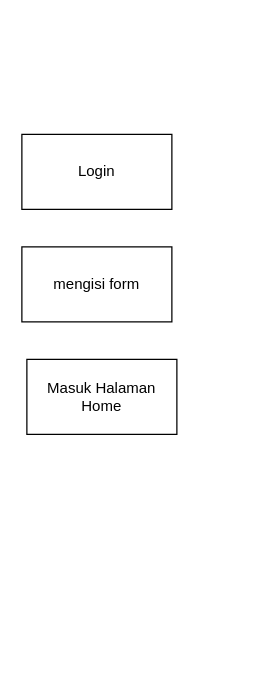
Above: page "Login" (2 of 6) of Untitled Diagram.drawio in fjar9/Spoon-Knife (draw.io), before the change. Source tidied: cells renumbered, new cells numbered last; positions are measured from the earlier drawing's top-left corner, leaving out a move shared by most shapes. Both pictures are drawn from the tidied source at 125%, with x=0, y=0 at pixel (21, 134).
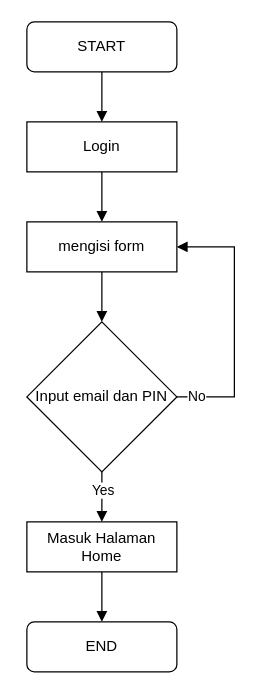
The same diagram, later.

The edit, as a diff of the source:
```diff
@@
 <mxGraphModel>
   <root>
     <mxCell id="0" />
     <mxCell id="1" parent="0" />
+    <mxCell id="5" style="edgeStyle=orthogonalEdgeStyle;rounded=0;jettySize=auto;html=1;exitX=0.5;exitY=1;exitDx=0;exitDy=0;entryX=0.5;entryY=0;entryDx=0;entryDy=0;endArrow=block;endFill=1;" parent="1" edge="1" source="2" target="3">
+      <mxGeometry relative="1" as="geometry" />
+    </mxCell>
     <mxCell id="2" value="Login" style="rounded=0;whiteSpace=wrap;html=1;" parent="1" vertex="1">
-      <mxGeometry width="120" height="60" as="geometry" />
+      <mxGeometry x="4" y="-10" width="120" height="40" as="geometry" />
     </mxCell>
+    <mxCell id="6" style="edgeStyle=orthogonalEdgeStyle;rounded=0;jettySize=auto;html=1;exitX=0.5;exitY=1;exitDx=0;exitDy=0;entryX=0.5;entryY=0;entryDx=0;entryDy=0;endArrow=block;endFill=1;" parent="1" edge="1" source="3" target="14">
+      <mxGeometry relative="1" as="geometry" />
+    </mxCell>
     <mxCell id="3" value="mengisi form" style="rounded=0;whiteSpace=wrap;html=1;" parent="1" vertex="1">
-      <mxGeometry y="90" width="120" height="60" as="geometry" />
+      <mxGeometry x="4" y="70" width="120" height="40" as="geometry" />
     </mxCell>
+    <mxCell id="7" style="edgeStyle=orthogonalEdgeStyle;rounded=0;jettySize=auto;html=1;exitX=0.5;exitY=1;exitDx=0;exitDy=0;entryX=0.5;entryY=0;entryDx=0;entryDy=0;endArrow=block;endFill=1;" parent="1" edge="1" source="4" target="15">
+      <mxGeometry relative="1" as="geometry" />
+    </mxCell>
     <mxCell id="4" value="Masuk Halaman Home" style="rounded=0;whiteSpace=wrap;html=1;" parent="1" vertex="1">
-      <mxGeometry x="4" y="180" width="120" height="60" as="geometry" />
+      <mxGeometry x="4" y="310" width="120" height="40" as="geometry" />
     </mxCell>
+    <mxCell id="8" style="edgeStyle=orthogonalEdgeStyle;rounded=0;jettySize=auto;html=1;exitX=0.5;exitY=1;exitDx=0;exitDy=0;entryX=0.5;entryY=0;entryDx=0;entryDy=0;endArrow=block;endFill=1;" parent="1" edge="1" source="9" target="2">
+      <mxGeometry relative="1" as="geometry" />
+    </mxCell>
+    <mxCell id="9" value="START" style="rounded=1;whiteSpace=wrap;html=1;" parent="1" vertex="1">
+      <mxGeometry x="4" y="-90" width="120" height="40" as="geometry" />
+    </mxCell>
+    <mxCell id="10" style="edgeStyle=orthogonalEdgeStyle;rounded=0;jettySize=auto;html=1;exitX=1;exitY=0.5;exitDx=0;exitDy=0;entryX=1;entryY=0.5;entryDx=0;entryDy=0;endArrow=block;endFill=1;" parent="1" edge="1" source="14" target="3">
+      <mxGeometry relative="1" as="geometry">
+        <Array as="points">
+          <mxPoint x="170" y="210" />
+          <mxPoint x="170" y="90" />
+        </Array>
+      </mxGeometry>
+    </mxCell>
+    <mxCell id="11" value="No" style="edgeLabel;html=1;align=center;verticalAlign=middle;" parent="10" vertex="1">
+      <mxGeometry x="-0.86" y="1" relative="1" as="geometry" />
+    </mxCell>
+    <mxCell id="12" style="edgeStyle=orthogonalEdgeStyle;rounded=0;jettySize=auto;html=1;exitX=0.5;exitY=1;exitDx=0;exitDy=0;entryX=0.5;entryY=0;entryDx=0;entryDy=0;endArrow=block;endFill=1;" parent="1" edge="1" source="14" target="4">
+      <mxGeometry relative="1" as="geometry">
+        <Array as="points">
+          <mxPoint x="64" y="280" />
+          <mxPoint x="64" y="280" />
+        </Array>
+      </mxGeometry>
+    </mxCell>
+    <mxCell id="13" value="Yes" style="edgeLabel;html=1;align=center;verticalAlign=middle;" parent="12" vertex="1">
+      <mxGeometry x="-0.3" relative="1" as="geometry" />
+    </mxCell>
+    <mxCell id="14" value="Input email dan PIN" style="rhombus;whiteSpace=wrap;html=1;" parent="1" vertex="1">
+      <mxGeometry x="4" y="150" width="120" height="120" as="geometry" />
+    </mxCell>
+    <mxCell id="15" value="END" style="rounded=1;whiteSpace=wrap;html=1;" parent="1" vertex="1">
+      <mxGeometry x="4" y="390" width="120" height="40" as="geometry" />
+    </mxCell>
   </root>
 </mxGraphModel>
```
